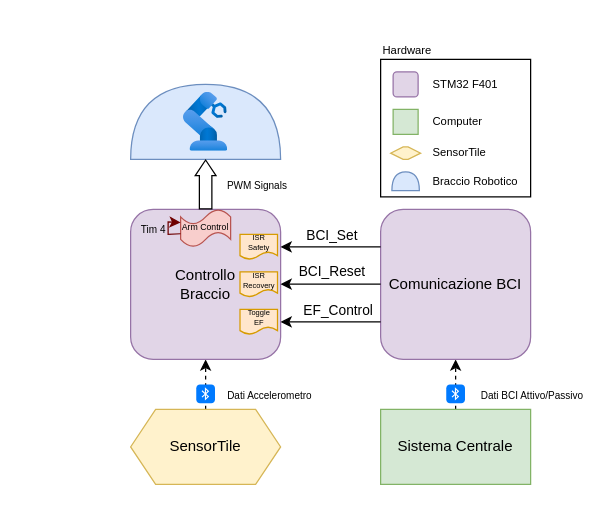
Before: Diagrammi/IMSI.drawio in Agda78/Robotic_Arm_documentation, a draw.io diagram. Source tidied: cells renumbered, new cells numbered last; positions are measured from the earlier drawing's top-left corner, leaving out a move shared by most shapes. Both pictures are drawn from the tidied source at 125%, with x=0, y=0 at pixel (130, 40).
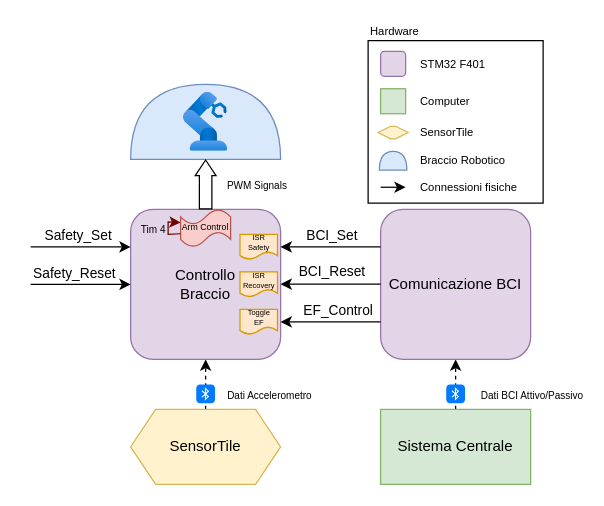
After the change.

Commit message (it also covers changes not shown here):
Aggiustamento di diagrammi

The change refers to these unchanged cells:
```xml
<mxCell id="7" value="Controllo&lt;br&gt;Braccio" style="rounded=1;whiteSpace=wrap;html=1;fillColor=#e1d5e7;strokeColor=#9673a6;fontSize=12;" parent="1" vertex="1">
  <mxGeometry y="135" width="120" height="120" as="geometry" />
</mxCell>
```

Change to the diagram source:
```diff
@@
     <mxCell id="28" style="rounded=0;whiteSpace=wrap;html=1;" parent="1" vertex="1">
-      <mxGeometry x="200" y="15" width="120" height="110" as="geometry" />
+      <mxGeometry x="190" width="140" height="130" as="geometry" />
     </mxCell>
     <mxCell id="29" style="rounded=1;whiteSpace=wrap;html=1;fillColor=#e1d5e7;strokeColor=#9673a6;" parent="1" vertex="1">
-      <mxGeometry x="210" y="25" width="20" height="20" as="geometry" />
+      <mxGeometry x="200" y="8.5" width="20" height="20" as="geometry" />
     </mxCell>
     <mxCell id="30" style="rounded=0;whiteSpace=wrap;html=1;fillColor=#d5e8d4;strokeColor=#82b366;" parent="1" vertex="1">
-      <mxGeometry x="210" y="55" width="20" height="20" as="geometry" />
+      <mxGeometry x="200" y="38.5" width="20" height="20" as="geometry" />
     </mxCell>
     <mxCell id="31" style="shape=hexagon;perimeter=hexagonPerimeter2;whiteSpace=wrap;html=1;fixedSize=1;fillColor=#fff2cc;strokeColor=#d6b656;fontSize=12;size=10;" parent="1" vertex="1">
-      <mxGeometry x="208" y="85" width="24" height="10" as="geometry" />
+      <mxGeometry x="198" y="68.5" width="24" height="10" as="geometry" />
     </mxCell>
     <mxCell id="32" style="shape=or;whiteSpace=wrap;html=1;direction=north;fillColor=#dae8fc;strokeColor=#6c8ebf;" parent="1" vertex="1">
-      <mxGeometry x="209" y="105" width="22" height="15" as="geometry" />
+      <mxGeometry x="199" y="88.5" width="22" height="15" as="geometry" />
     </mxCell>
     <mxCell id="33" value="STM32 F401" style="text;html=1;whiteSpace=wrap;strokeColor=none;fillColor=none;align=left;verticalAlign=middle;rounded=0;fontSize=9;" parent="1" vertex="1">
-      <mxGeometry x="240" y="27.5" width="60" height="15" as="geometry" />
+      <mxGeometry x="230" y="11" width="60" height="15" as="geometry" />
     </mxCell>
     <mxCell id="34" value="Computer" style="text;html=1;whiteSpace=wrap;strokeColor=none;fillColor=none;align=left;verticalAlign=middle;rounded=0;fontSize=9;" parent="1" vertex="1">
-      <mxGeometry x="240" y="57.5" width="60" height="15" as="geometry" />
+      <mxGeometry x="230" y="41" width="60" height="15" as="geometry" />
     </mxCell>
     <mxCell id="35" value="SensorTile" style="text;html=1;whiteSpace=wrap;strokeColor=none;fillColor=none;align=left;verticalAlign=middle;rounded=0;fontSize=9;" parent="1" vertex="1">
-      <mxGeometry x="240" y="82.5" width="60" height="15" as="geometry" />
+      <mxGeometry x="230" y="66" width="60" height="15" as="geometry" />
     </mxCell>
     <mxCell id="36" value="Braccio Robotico" style="text;html=1;whiteSpace=wrap;strokeColor=none;fillColor=none;align=left;verticalAlign=middle;rounded=0;fontSize=9;" parent="1" vertex="1">
-      <mxGeometry x="240" y="105" width="80" height="15" as="geometry" />
+      <mxGeometry x="230" y="88.5" width="80" height="15" as="geometry" />
     </mxCell>
     <mxCell id="37" value="Hardware" style="text;html=1;whiteSpace=wrap;strokeColor=none;fillColor=none;align=left;verticalAlign=middle;rounded=0;fontSize=9;" parent="1" vertex="1">
-      <mxGeometry x="200" width="80" height="15" as="geometry" />
+      <mxGeometry x="190" y="-15" width="80" height="15" as="geometry" />
     </mxCell>
+    <mxCell id="38" style="endArrow=classic;html=1;rounded=0;entryX=0;entryY=0.25;entryDx=0;entryDy=0;" parent="1" edge="1" target="7">
+      <mxGeometry relative="1" as="geometry">
+        <mxPoint x="-80" y="165" as="sourcePoint" />
+      </mxGeometry>
+    </mxCell>
+    <mxCell id="39" value="Safety_Set" style="edgeLabel;html=1;align=center;verticalAlign=middle;" parent="38" vertex="1">
+      <mxGeometry x="-0.07" y="1" relative="1" as="geometry">
+        <mxPoint y="-9" as="offset" />
+      </mxGeometry>
+    </mxCell>
+    <mxCell id="40" style="endArrow=classic;html=1;rounded=0;entryX=0;entryY=0.5;entryDx=0;entryDy=0;" parent="1" edge="1" target="7">
+      <mxGeometry relative="1" as="geometry">
+        <mxPoint x="-80" y="195" as="sourcePoint" />
+      </mxGeometry>
+    </mxCell>
+    <mxCell id="41" value="Safety_Reset" style="edgeLabel;html=1;align=center;verticalAlign=middle;" parent="40" vertex="1">
+      <mxGeometry x="-0.15" relative="1" as="geometry">
+        <mxPoint y="-10" as="offset" />
+      </mxGeometry>
+    </mxCell>
+    <mxCell id="42" style="endArrow=classic;html=1;rounded=0;" parent="1" edge="1">
+      <mxGeometry relative="1" as="geometry">
+        <mxPoint x="200" y="117.3" as="sourcePoint" />
+        <mxPoint x="220" y="117.3" as="targetPoint" />
+      </mxGeometry>
+    </mxCell>
+    <mxCell id="43" value="Connessioni fisiche" style="text;html=1;whiteSpace=wrap;strokeColor=none;fillColor=none;align=left;verticalAlign=middle;rounded=0;fontSize=9;" parent="1" vertex="1">
+      <mxGeometry x="230" y="110" width="80" height="15" as="geometry" />
+    </mxCell>
```
